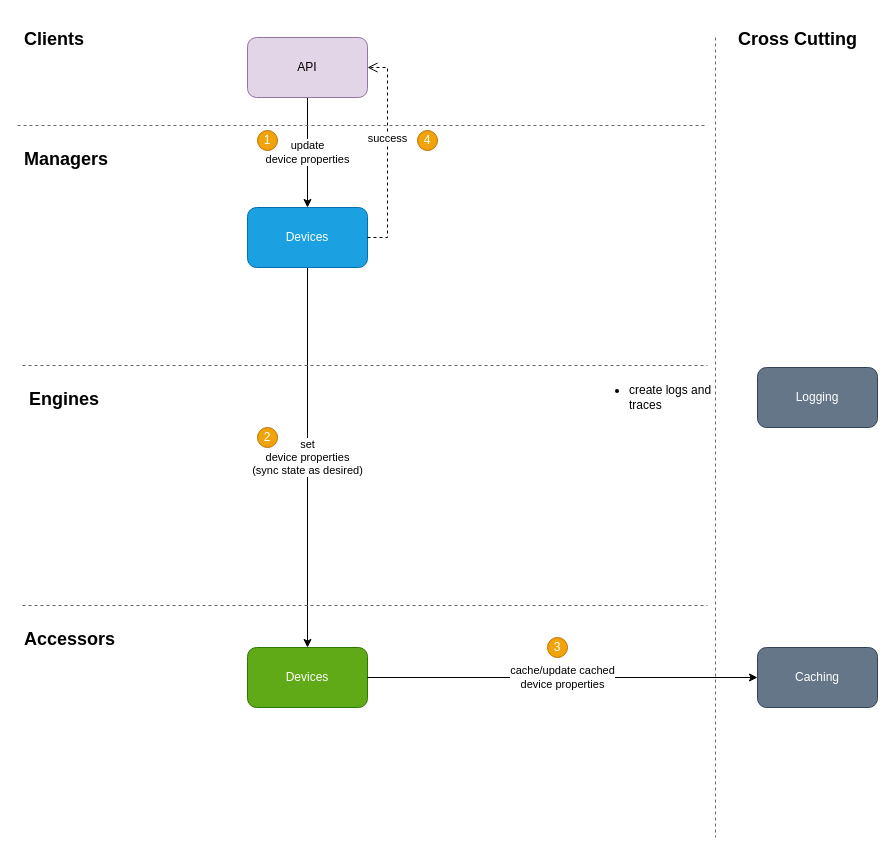
The draw.io diagram page "Controlling devices" (3 of 4) of Solution Diagrams.drawio in nirolada/MS2023, before the edit. Source tidied: cells renumbered, new cells numbered last; positions are measured from the earlier drawing's top-left corner, leaving out a move shared by most shapes. Both pictures are drawn from the tidied source at 100%, with x=0, y=0 at pixel (17, 17).
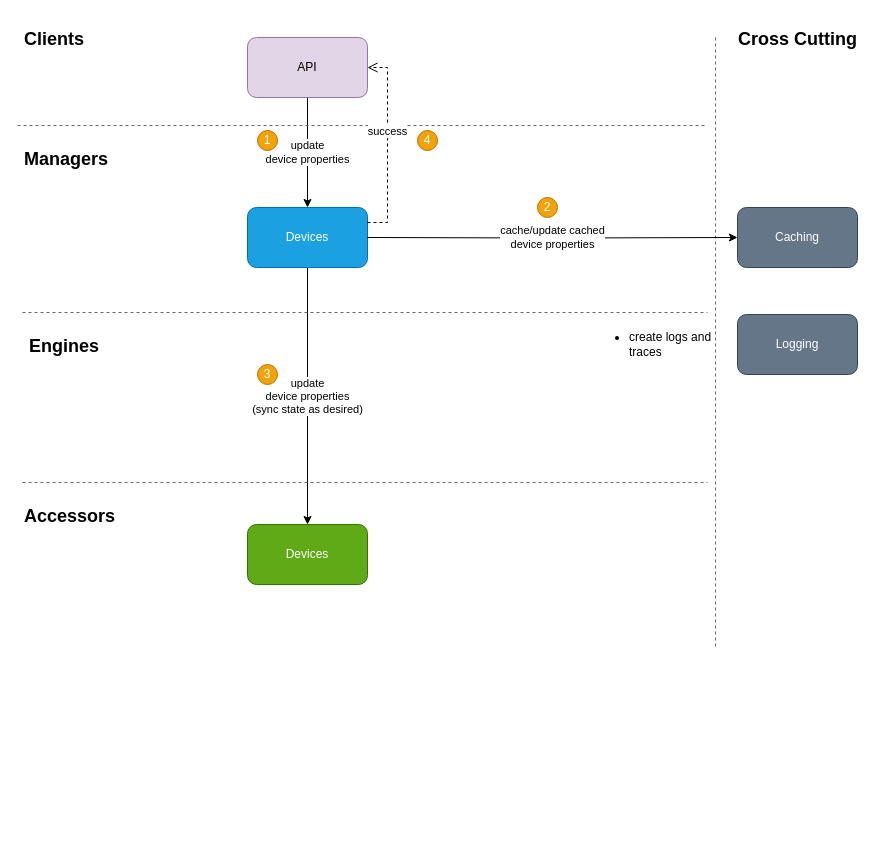
Above is the later version.

The change refers to these unchanged cells:
```xml
<mxCell id="3" value="Devices" style="rounded=1;whiteSpace=wrap;html=1;fillColor=#1ba1e2;strokeColor=#006EAF;fontColor=#ffffff;" parent="1" vertex="1">
  <mxGeometry x="230" y="190" width="120" height="60" as="geometry" />
</mxCell>
<mxCell id="5" value="API" style="rounded=1;whiteSpace=wrap;html=1;fillColor=#e1d5e7;strokeColor=#9673a6;" parent="1" vertex="1">
  <mxGeometry x="230" y="20" width="120" height="60" as="geometry" />
</mxCell>
```

What changed in the source:
```diff
@@
-    <mxCell id="2" value="&lt;div&gt;set&lt;/div&gt;&lt;div&gt;device properties&lt;/div&gt;&lt;div&gt;(sync state as desired)&lt;/div&gt;" style="edgeStyle=orthogonalEdgeStyle;rounded=0;jettySize=auto;html=1;exitX=0.5;exitY=1;exitDx=0;exitDy=0;entryX=0.5;entryY=0;entryDx=0;entryDy=0;" parent="1" edge="1" source="3" target="20">
+    <mxCell id="2" value="&lt;div&gt;update&lt;/div&gt;&lt;div&gt;device properties&lt;/div&gt;&lt;div&gt;(sync state as desired)&lt;/div&gt;" style="edgeStyle=orthogonalEdgeStyle;rounded=0;jettySize=auto;html=1;exitX=0.5;exitY=1;exitDx=0;exitDy=0;entryX=0.5;entryY=0;entryDx=0;entryDy=0;" parent="1" edge="1" source="3" target="20">
       <mxGeometry relative="1" as="geometry" />
     </mxCell>
@@
     <mxCell id="7" value="&lt;font style=&quot;font-size: 18px&quot;&gt;Engines&lt;/font&gt;" style="text;strokeColor=none;fillColor=none;html=1;fontSize=24;fontStyle=1;verticalAlign=middle;align=left;" parent="1" vertex="1">
-      <mxGeometry x="10" y="360" width="100" height="40" as="geometry" />
+      <mxGeometry x="10" y="307" width="100" height="40" as="geometry" />
     </mxCell>
     <mxCell id="8" value="&lt;font style=&quot;font-size: 18px&quot;&gt;Accessors&lt;/font&gt;" style="text;strokeColor=none;fillColor=none;html=1;fontSize=24;fontStyle=1;verticalAlign=middle;align=left;" parent="1" vertex="1">
-      <mxGeometry x="5" y="600" width="100" height="40" as="geometry" />
+      <mxGeometry x="5" y="477" width="100" height="40" as="geometry" />
     </mxCell>
@@
     <mxCell id="10" style="line;strokeWidth=1;html=1;align=left;strokeColor=#666666;dashed=1;" parent="1" vertex="1">
-      <mxGeometry x="5" y="343" width="685" height="10" as="geometry" />
+      <mxGeometry x="5" y="290" width="685" height="10" as="geometry" />
     </mxCell>
     <mxCell id="11" style="line;strokeWidth=1;html=1;align=left;strokeColor=#666666;dashed=1;" parent="1" vertex="1">
-      <mxGeometry x="5" y="583" width="685" height="10" as="geometry" />
+      <mxGeometry x="5" y="460" width="685" height="10" as="geometry" />
     </mxCell>
     <mxCell id="12" style="line;strokeWidth=1;direction=south;html=1;align=left;strokeColor=#666666;dashed=1;" parent="1" vertex="1">
-      <mxGeometry x="693" y="20" width="10" height="800" as="geometry" />
+      <mxGeometry x="693" y="20" width="10" height="610" as="geometry" />
     </mxCell>
@@
     <mxCell id="16" value="&lt;div&gt;Caching&lt;/div&gt;" style="rounded=1;whiteSpace=wrap;html=1;fillColor=#647687;strokeColor=#314354;fontColor=#ffffff;" parent="1" vertex="1">
-      <mxGeometry x="740" y="630" width="120" height="60" as="geometry" />
+      <mxGeometry x="720" y="190" width="120" height="60" as="geometry" />
     </mxCell>
-    <mxCell id="17" value="2" style="ellipse;whiteSpace=wrap;html=1;fillColor=#f0a30a;strokeColor=#BD7000;fontColor=#ffffff;" parent="1" vertex="1">
-      <mxGeometry x="240" y="410" width="20" height="20" as="geometry" />
+    <mxCell id="17" value="3" style="ellipse;whiteSpace=wrap;html=1;fillColor=#f0a30a;strokeColor=#BD7000;fontColor=#ffffff;" parent="1" vertex="1">
+      <mxGeometry x="240" y="347" width="20" height="20" as="geometry" />
     </mxCell>
     <mxCell id="18" value="Logging" style="rounded=1;whiteSpace=wrap;html=1;fillColor=#647687;strokeColor=#314354;fontColor=#ffffff;" parent="1" vertex="1">
-      <mxGeometry x="740" y="350" width="120" height="60" as="geometry" />
+      <mxGeometry x="720" y="297" width="120" height="60" as="geometry" />
     </mxCell>
     <mxCell id="19" value="&lt;ul&gt;&lt;li&gt;create logs and traces&lt;/li&gt;&lt;/ul&gt;" style="text;html=1;strokeColor=none;fillColor=none;align=left;verticalAlign=middle;whiteSpace=wrap;rounded=0;" parent="1" vertex="1">
-      <mxGeometry x="570" y="350" width="140" height="60" as="geometry" />
+      <mxGeometry x="570" y="297" width="140" height="60" as="geometry" />
     </mxCell>
     <mxCell id="20" value="Devices" style="rounded=1;whiteSpace=wrap;html=1;fillColor=#60a917;strokeColor=#2D7600;fontColor=#ffffff;" parent="1" vertex="1">
-      <mxGeometry x="230" y="630" width="120" height="60" as="geometry" />
+      <mxGeometry x="230" y="507" width="120" height="60" as="geometry" />
     </mxCell>
-    <mxCell id="21" value="cache/update cached&lt;br&gt;device properties" style="edgeStyle=orthogonalEdgeStyle;rounded=0;jettySize=auto;html=1;exitX=1;exitY=0.5;exitDx=0;exitDy=0;entryX=0;entryY=0.5;entryDx=0;entryDy=0;" parent="1" edge="1" source="20" target="16">
-      <mxGeometry relative="1" as="geometry" />
+    <mxCell id="21" value="cache/update cached&lt;br&gt;device properties" style="edgeStyle=orthogonalEdgeStyle;rounded=0;jettySize=auto;html=1;entryX=0;entryY=0.5;entryDx=0;entryDy=0;" parent="1" edge="1" target="16">
+      <mxGeometry relative="1" as="geometry">
+        <mxPoint x="350" y="220" as="sourcePoint" />
+      </mxGeometry>
     </mxCell>
-    <mxCell id="22" value="success" style="html=1;verticalAlign=bottom;endArrow=open;dashed=1;endSize=8;edgeStyle=elbowEdgeStyle;elbow=vertical;curved=0;rounded=0;entryX=1;entryY=0.5;entryDx=0;entryDy=0;exitX=1;exitY=0.5;exitDx=0;exitDy=0;" parent="1" edge="1" source="3" target="5">
+    <mxCell id="22" value="success" style="html=1;verticalAlign=bottom;endArrow=open;dashed=1;endSize=8;edgeStyle=elbowEdgeStyle;elbow=vertical;curved=0;rounded=0;entryX=1;entryY=0.5;entryDx=0;entryDy=0;exitX=1;exitY=0.25;exitDx=0;exitDy=0;" parent="1" edge="1" source="3" target="5">
       <mxGeometry x="0.05" relative="1" as="geometry">
         <Array as="points">
           <mxPoint x="370" y="150" />
         </Array>
       </mxGeometry>
     </mxCell>
-    <mxCell id="23" value="3" style="ellipse;whiteSpace=wrap;html=1;fillColor=#f0a30a;strokeColor=#BD7000;fontColor=#ffffff;" parent="1" vertex="1">
-      <mxGeometry x="530" y="620" width="20" height="20" as="geometry" />
+    <mxCell id="23" value="2" style="ellipse;whiteSpace=wrap;html=1;fillColor=#f0a30a;strokeColor=#BD7000;fontColor=#ffffff;" parent="1" vertex="1">
+      <mxGeometry x="520" y="180" width="20" height="20" as="geometry" />
     </mxCell>
```
